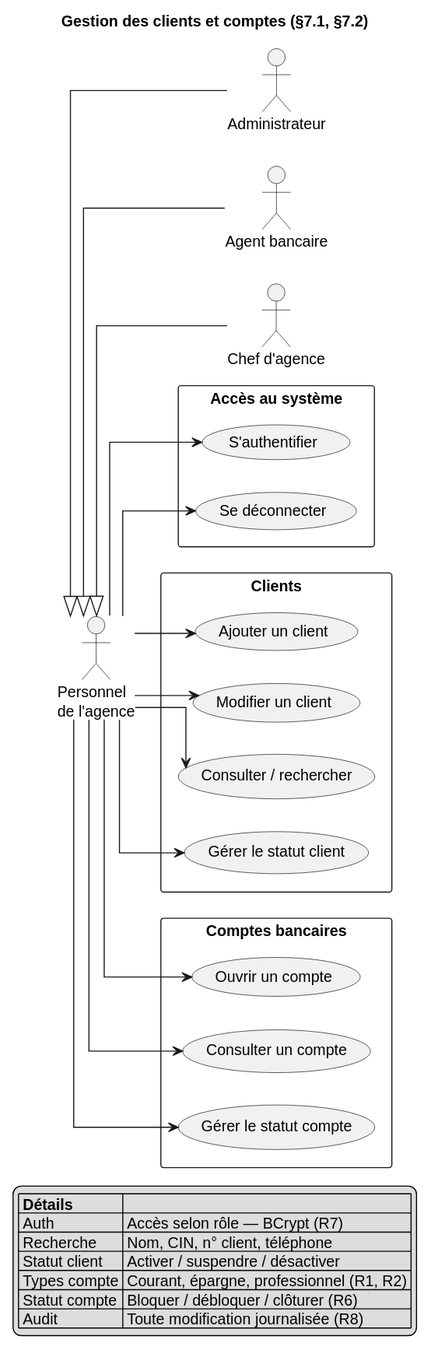
Above: documentation/uml/cas-utilisation/01-clients-comptes.svg in aminabensouda106-gif/banque1 (PlantUML), before the change. Its diagram source:
```plantuml
@startuml
left to right direction
skinparam shadowing false
skinparam packageStyle rectangle
skinparam nodesep 30
skinparam ranksep 40
skinparam linetype ortho

title Gestion des clients et comptes (§7.1, §7.2)

actor "Personnel\nde l'agence" as personnel

actor "Administrateur" as admin
actor "Agent bancaire" as agent
actor "Chef d'agence" as chef

admin -up-|> personnel
agent -up-|> personnel
chef -up-|> personnel

rectangle "Accès au système" {
  usecase "S'authentifier" as UC_LOGIN
  usecase "Se déconnecter" as UC_LOGOUT
}

rectangle "Clients" {
  usecase "Ajouter un client" as UC_C_ADD
  usecase "Modifier un client" as UC_C_EDIT
  usecase "Consulter / rechercher" as UC_C_VIEW
  usecase "Gérer le statut client" as UC_C_STATUS
}

rectangle "Comptes bancaires" {
  usecase "Ouvrir un compte" as UC_A_OPEN
  usecase "Consulter un compte" as UC_A_VIEW
  usecase "Gérer le statut compte" as UC_A_STATUS
}

personnel --> UC_LOGIN
personnel --> UC_LOGOUT
personnel --> UC_C_ADD
personnel --> UC_C_EDIT
personnel --> UC_C_VIEW
personnel --> UC_C_STATUS
personnel --> UC_A_OPEN
personnel --> UC_A_VIEW
personnel --> UC_A_STATUS

legend bottom
  |= Détails |= |
  | Auth | Accès selon rôle — BCrypt (R7) |
  | Recherche | Nom, CIN, n° client, téléphone |
  | Statut client | Activer / suspendre / désactiver |
  | Types compte | Courant, épargne, professionnel (R1, R2) |
  | Statut compte | Bloquer / débloquer / clôturer (R6) |
  | Audit | Toute modification journalisée (R8) |
endlegend
@enduml
```
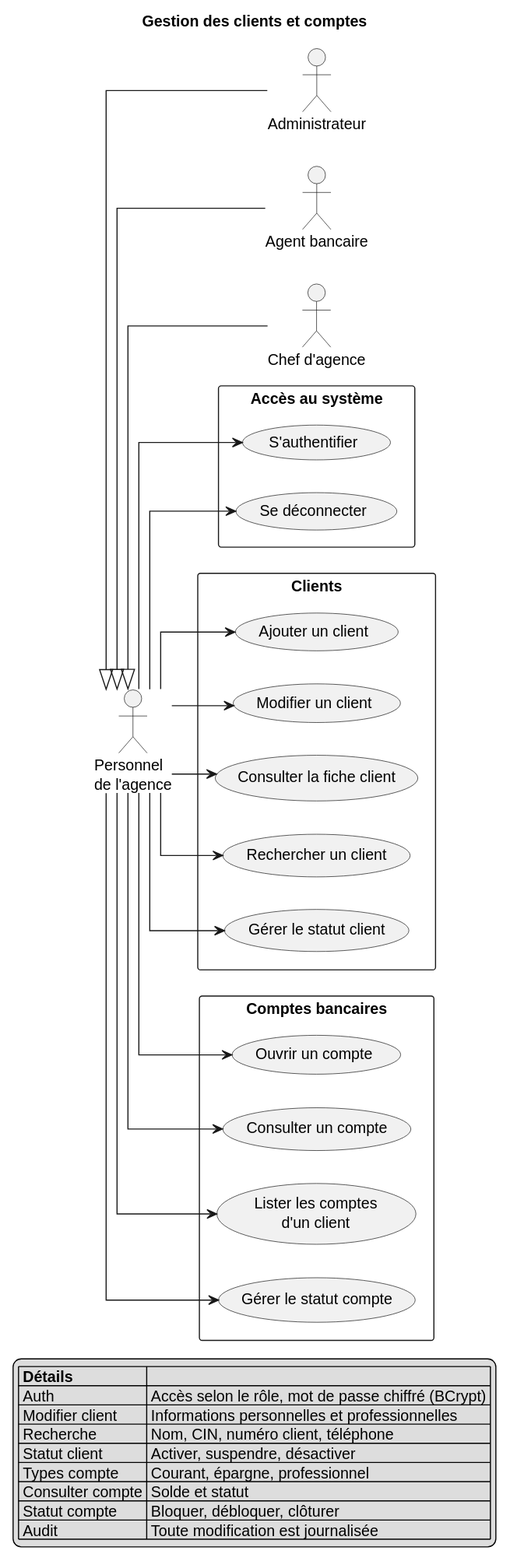
The same diagram one commit later.

Diff of the diagram source:
```diff
@@ -6,7 +6,7 @@
 skinparam ranksep 40
 skinparam linetype ortho
 
-title Gestion des clients et comptes (§7.1, §7.2)
+title Gestion des clients et comptes
 
 actor "Personnel\nde l'agence" as personnel
 
@@ -26,13 +26,15 @@
 rectangle "Clients" {
   usecase "Ajouter un client" as UC_C_ADD
   usecase "Modifier un client" as UC_C_EDIT
-  usecase "Consulter / rechercher" as UC_C_VIEW
+  usecase "Consulter la fiche client" as UC_C_VIEW
+  usecase "Rechercher un client" as UC_C_SEARCH
   usecase "Gérer le statut client" as UC_C_STATUS
 }
 
 rectangle "Comptes bancaires" {
   usecase "Ouvrir un compte" as UC_A_OPEN
   usecase "Consulter un compte" as UC_A_VIEW
+  usecase "Lister les comptes\nd'un client" as UC_A_LIST
   usecase "Gérer le statut compte" as UC_A_STATUS
 }
 
@@ -41,18 +43,22 @@
 personnel --> UC_C_ADD
 personnel --> UC_C_EDIT
 personnel --> UC_C_VIEW
+personnel --> UC_C_SEARCH
 personnel --> UC_C_STATUS
 personnel --> UC_A_OPEN
 personnel --> UC_A_VIEW
+personnel --> UC_A_LIST
 personnel --> UC_A_STATUS
 
 legend bottom
   |= Détails |= |
-  | Auth | Accès selon rôle — BCrypt (R7) |
-  | Recherche | Nom, CIN, n° client, téléphone |
-  | Statut client | Activer / suspendre / désactiver |
-  | Types compte | Courant, épargne, professionnel (R1, R2) |
-  | Statut compte | Bloquer / débloquer / clôturer (R6) |
-  | Audit | Toute modification journalisée (R8) |
+  | Auth | Accès selon le rôle, mot de passe chiffré (BCrypt) |
+  | Modifier client | Informations personnelles et professionnelles |
+  | Recherche | Nom, CIN, numéro client, téléphone |
+  | Statut client | Activer, suspendre, désactiver |
+  | Types compte | Courant, épargne, professionnel |
+  | Consulter compte | Solde et statut |
+  | Statut compte | Bloquer, débloquer, clôturer |
+  | Audit | Toute modification est journalisée |
 endlegend
 @enduml
```
